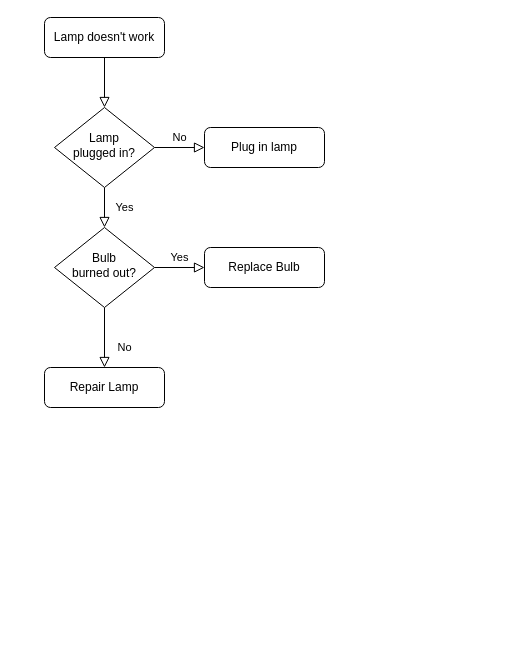
This is 发布sld样式.drawio from ninexy/SpringcloudConfig-1, a draw.io file, before an edit. Source tidied: cells renumbered, new cells numbered last; positions are measured from the earlier drawing's top-left corner, leaving out a move shared by most shapes. Both pictures are drawn from the tidied source at 100%, with x=0, y=0 at pixel (44, 17).
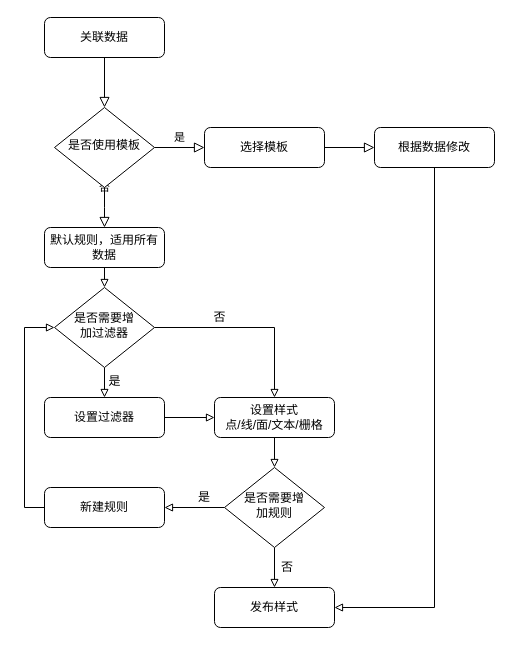
Above is the later version.

The edit, as a diff of the source:
```diff
@@
-    <mxCell id="3" value="Lamp doesn't work" style="rounded=1;whiteSpace=wrap;html=1;fontSize=12;glass=0;strokeWidth=1;shadow=0;" parent="1" vertex="1">
+    <mxCell id="3" value="关联数据" style="rounded=1;whiteSpace=wrap;html=1;fontSize=12;glass=0;strokeWidth=1;shadow=0;" parent="1" vertex="1">
       <mxGeometry width="120" height="40" as="geometry" />
     </mxCell>
-    <mxCell id="4" value="Yes" style="rounded=0;html=1;jettySize=auto;fontSize=11;endArrow=block;endFill=0;endSize=8;strokeWidth=1;shadow=0;labelBackgroundColor=none;edgeStyle=orthogonalEdgeStyle;" parent="1" edge="1" source="6" target="10">
-      <mxGeometry y="20" relative="1" as="geometry" />
+    <mxCell id="4" value="否" style="rounded=0;html=1;jettySize=auto;fontSize=11;endArrow=block;endFill=0;endSize=8;strokeWidth=1;shadow=0;labelBackgroundColor=none;edgeStyle=orthogonalEdgeStyle;" parent="1" edge="1" source="6">
+      <mxGeometry y="20" relative="1" as="geometry">
+        <mxPoint x="60" y="210" as="targetPoint" />
+      </mxGeometry>
     </mxCell>
-    <mxCell id="5" value="No" style="edgeStyle=orthogonalEdgeStyle;rounded=0;html=1;jettySize=auto;fontSize=11;endArrow=block;endFill=0;endSize=8;strokeWidth=1;shadow=0;labelBackgroundColor=none;" parent="1" edge="1" source="6" target="7">
+    <mxCell id="5" value="是" style="edgeStyle=orthogonalEdgeStyle;rounded=0;html=1;jettySize=auto;fontSize=11;endArrow=block;endFill=0;endSize=8;strokeWidth=1;shadow=0;labelBackgroundColor=none;" parent="1" edge="1" source="6" target="7">
       <mxGeometry y="10" relative="1" as="geometry" />
     </mxCell>
-    <mxCell id="6" value="Lamp&lt;br&gt;plugged in?" style="rhombus;whiteSpace=wrap;html=1;shadow=0;fontFamily=Helvetica;fontSize=12;align=center;strokeWidth=1;spacing=6;spacingTop=-4;" parent="1" vertex="1">
+    <mxCell id="6" value="是否使用模板" style="rhombus;whiteSpace=wrap;html=1;shadow=0;fontFamily=Helvetica;fontSize=12;align=center;strokeWidth=1;spacing=6;spacingTop=-4;" parent="1" vertex="1">
       <mxGeometry x="10" y="90" width="100" height="80" as="geometry" />
     </mxCell>
-    <mxCell id="7" value="Plug in lamp" style="rounded=1;whiteSpace=wrap;html=1;fontSize=12;glass=0;strokeWidth=1;shadow=0;" parent="1" vertex="1">
+    <mxCell id="7" value="选择模板" style="rounded=1;whiteSpace=wrap;html=1;fontSize=12;glass=0;strokeWidth=1;shadow=0;" parent="1" vertex="1">
       <mxGeometry x="160" y="110" width="120" height="40" as="geometry" />
     </mxCell>
-    <mxCell id="8" value="No" style="rounded=0;html=1;jettySize=auto;fontSize=11;endArrow=block;endFill=0;endSize=8;strokeWidth=1;shadow=0;labelBackgroundColor=none;edgeStyle=orthogonalEdgeStyle;" parent="1" edge="1" source="10" target="11">
-      <mxGeometry x="0.33" y="20" relative="1" as="geometry" />
-    </mxCell>
-    <mxCell id="9" value="Yes" style="edgeStyle=orthogonalEdgeStyle;rounded=0;html=1;jettySize=auto;fontSize=11;endArrow=block;endFill=0;endSize=8;strokeWidth=1;shadow=0;labelBackgroundColor=none;" parent="1" edge="1" source="10" target="12">
-      <mxGeometry y="10" relative="1" as="geometry" />
-    </mxCell>
-    <mxCell id="10" value="Bulb&lt;br&gt;burned out?" style="rhombus;whiteSpace=wrap;html=1;shadow=0;fontFamily=Helvetica;fontSize=12;align=center;strokeWidth=1;spacing=6;spacingTop=-4;" parent="1" vertex="1">
-      <mxGeometry x="10" y="210" width="100" height="80" as="geometry" />
-    </mxCell>
-    <mxCell id="11" value="Repair Lamp" style="rounded=1;whiteSpace=wrap;html=1;fontSize=12;glass=0;strokeWidth=1;shadow=0;" parent="1" vertex="1">
-      <mxGeometry y="350" width="120" height="40" as="geometry" />
-    </mxCell>
-    <mxCell id="12" value="Replace Bulb" style="rounded=1;whiteSpace=wrap;html=1;fontSize=12;glass=0;strokeWidth=1;shadow=0;" parent="1" vertex="1">
-      <mxGeometry x="160" y="230" width="120" height="40" as="geometry" />
-    </mxCell>
+    <mxCell id="13" style="edgeStyle=orthogonalEdgeStyle;rounded=0;jettySize=auto;html=1;exitX=0.5;exitY=1;exitDx=0;exitDy=0;entryX=1;entryY=0.5;entryDx=0;entryDy=0;endArrow=block;endFill=0;" parent="1" edge="1" source="14" target="30">
+      <mxGeometry relative="1" as="geometry" />
+    </mxCell>
+    <mxCell id="14" value="根据数据修改" style="rounded=1;whiteSpace=wrap;html=1;fontSize=12;glass=0;strokeWidth=1;shadow=0;" parent="1" vertex="1">
+      <mxGeometry x="330" y="110" width="120" height="40" as="geometry" />
+    </mxCell>
+    <mxCell id="15" style="rounded=0;html=1;jettySize=auto;fontSize=11;endArrow=block;endFill=0;endSize=8;strokeWidth=1;shadow=0;labelBackgroundColor=none;edgeStyle=orthogonalEdgeStyle;exitX=1;exitY=0.5;exitDx=0;exitDy=0;entryX=0;entryY=0.5;entryDx=0;entryDy=0;" parent="1" edge="1" source="7" target="14">
+      <mxGeometry relative="1" as="geometry" />
+    </mxCell>
+    <mxCell id="16" style="edgeStyle=orthogonalEdgeStyle;rounded=0;jettySize=auto;html=1;exitX=0.5;exitY=1;exitDx=0;exitDy=0;entryX=0.5;entryY=0;entryDx=0;entryDy=0;endArrow=block;endFill=0;" parent="1" edge="1" source="17" target="20">
+      <mxGeometry relative="1" as="geometry" />
+    </mxCell>
+    <mxCell id="17" value="默认规则，适用所有数据" style="rounded=1;whiteSpace=wrap;html=1;fontSize=12;glass=0;strokeWidth=1;shadow=0;" parent="1" vertex="1">
+      <mxGeometry y="210" width="120" height="40" as="geometry" />
+    </mxCell>
+    <mxCell id="18" style="edgeStyle=orthogonalEdgeStyle;rounded=0;jettySize=auto;html=1;exitX=1;exitY=0.5;exitDx=0;exitDy=0;endArrow=block;endFill=0;entryX=0.5;entryY=0;entryDx=0;entryDy=0;" parent="1" edge="1" source="20" target="26">
+      <mxGeometry relative="1" as="geometry" />
+    </mxCell>
+    <mxCell id="19" style="edgeStyle=orthogonalEdgeStyle;rounded=0;jettySize=auto;html=1;exitX=0.5;exitY=1;exitDx=0;exitDy=0;entryX=0.5;entryY=0;entryDx=0;entryDy=0;endArrow=block;endFill=0;" parent="1" edge="1" source="20" target="23">
+      <mxGeometry relative="1" as="geometry" />
+    </mxCell>
+    <mxCell id="20" value="是否需要增&lt;br&gt;加过滤器" style="rhombus;whiteSpace=wrap;html=1;shadow=0;fontFamily=Helvetica;fontSize=12;align=center;strokeWidth=1;spacing=6;spacingTop=-4;" parent="1" vertex="1">
+      <mxGeometry x="10" y="270" width="100" height="80" as="geometry" />
+    </mxCell>
+    <mxCell id="21" value="否" style="text;html=1;align=center;verticalAlign=middle;" parent="1" vertex="1">
+      <mxGeometry x="160" y="290" width="30" height="20" as="geometry" />
+    </mxCell>
+    <mxCell id="22" style="edgeStyle=orthogonalEdgeStyle;rounded=0;jettySize=auto;html=1;exitX=1;exitY=0.5;exitDx=0;exitDy=0;endArrow=block;endFill=0;" parent="1" edge="1" source="23" target="26">
+      <mxGeometry relative="1" as="geometry" />
+    </mxCell>
+    <mxCell id="23" value="设置过滤器" style="rounded=1;whiteSpace=wrap;html=1;fontSize=12;glass=0;strokeWidth=1;shadow=0;" parent="1" vertex="1">
+      <mxGeometry y="380" width="120" height="40" as="geometry" />
+    </mxCell>
+    <mxCell id="24" value="是" style="text;html=1;align=center;verticalAlign=middle;" parent="1" vertex="1">
+      <mxGeometry x="55" y="354" width="30" height="20" as="geometry" />
+    </mxCell>
+    <mxCell id="25" style="edgeStyle=orthogonalEdgeStyle;rounded=0;jettySize=auto;html=1;exitX=0.5;exitY=1;exitDx=0;exitDy=0;entryX=0.5;entryY=0;entryDx=0;entryDy=0;endArrow=block;endFill=0;" parent="1" edge="1" source="26" target="29">
+      <mxGeometry relative="1" as="geometry" />
+    </mxCell>
+    <mxCell id="26" value="设置样式&lt;br&gt;点/线/面/文本/栅格" style="rounded=1;whiteSpace=wrap;html=1;fontSize=12;glass=0;strokeWidth=1;shadow=0;" parent="1" vertex="1">
+      <mxGeometry x="170" y="380" width="120" height="40" as="geometry" />
+    </mxCell>
+    <mxCell id="27" style="edgeStyle=orthogonalEdgeStyle;rounded=0;jettySize=auto;html=1;exitX=0.5;exitY=1;exitDx=0;exitDy=0;entryX=0.5;entryY=0;entryDx=0;entryDy=0;endArrow=block;endFill=0;" parent="1" edge="1" source="29" target="30">
+      <mxGeometry relative="1" as="geometry" />
+    </mxCell>
+    <mxCell id="28" style="edgeStyle=orthogonalEdgeStyle;rounded=0;jettySize=auto;html=1;exitX=0;exitY=0.5;exitDx=0;exitDy=0;entryX=1;entryY=0.5;entryDx=0;entryDy=0;endArrow=block;endFill=0;" parent="1" edge="1" source="29" target="33">
+      <mxGeometry relative="1" as="geometry" />
+    </mxCell>
+    <mxCell id="29" value="是否需要增&lt;br&gt;加规则" style="rhombus;whiteSpace=wrap;html=1;shadow=0;fontFamily=Helvetica;fontSize=12;align=center;strokeWidth=1;spacing=6;spacingTop=-4;" parent="1" vertex="1">
+      <mxGeometry x="180" y="450" width="100" height="80" as="geometry" />
+    </mxCell>
+    <mxCell id="30" value="发布样式" style="rounded=1;whiteSpace=wrap;html=1;fontSize=12;glass=0;strokeWidth=1;shadow=0;" parent="1" vertex="1">
+      <mxGeometry x="170" y="570" width="120" height="40" as="geometry" />
+    </mxCell>
+    <mxCell id="31" value="否" style="text;html=1;strokeColor=none;fillColor=none;align=center;verticalAlign=middle;whiteSpace=wrap;rounded=0;" parent="1" vertex="1">
+      <mxGeometry x="223" y="540" width="40" height="20" as="geometry" />
+    </mxCell>
+    <mxCell id="32" style="edgeStyle=orthogonalEdgeStyle;rounded=0;jettySize=auto;html=1;exitX=0;exitY=0.5;exitDx=0;exitDy=0;entryX=0;entryY=0.5;entryDx=0;entryDy=0;endArrow=block;endFill=0;" parent="1" edge="1" source="33" target="20">
+      <mxGeometry relative="1" as="geometry" />
+    </mxCell>
+    <mxCell id="33" value="新建规则" style="rounded=1;whiteSpace=wrap;html=1;fontSize=12;glass=0;strokeWidth=1;shadow=0;" parent="1" vertex="1">
+      <mxGeometry y="470" width="120" height="40" as="geometry" />
+    </mxCell>
+    <mxCell id="34" value="是" style="text;html=1;strokeColor=none;fillColor=none;align=center;verticalAlign=middle;whiteSpace=wrap;rounded=0;" parent="1" vertex="1">
+      <mxGeometry x="140" y="470" width="40" height="20" as="geometry" />
+    </mxCell>
```
